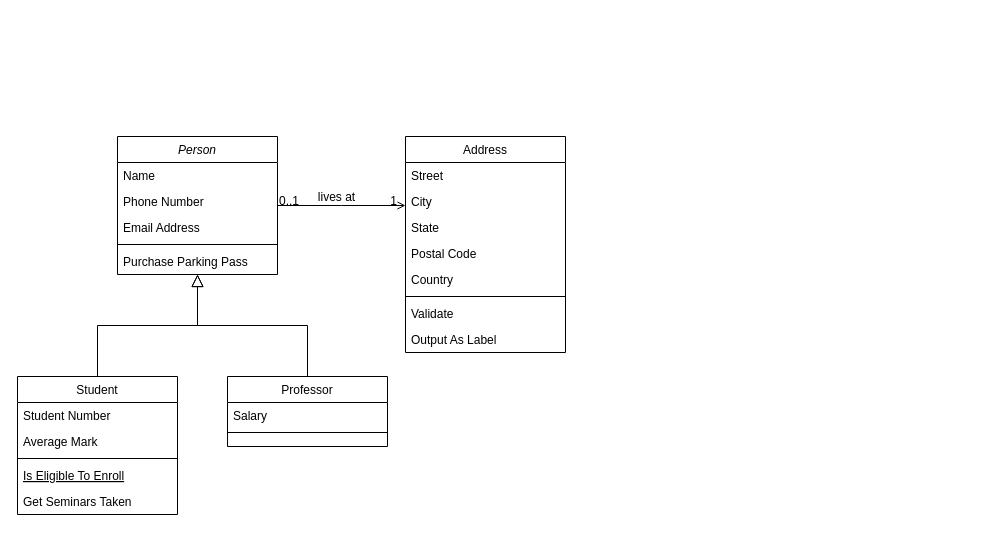
Earlier version of the draw.io diagram Diagrama de clases.drawio (FJavierVC/ReparaRapido_Online). Source tidied: cells renumbered, new cells numbered last; positions are measured from the earlier drawing's top-left corner, leaving out a move shared by most shapes. Both pictures are drawn from the tidied source at 100%, with x=0, y=0 at pixel (17, 136).
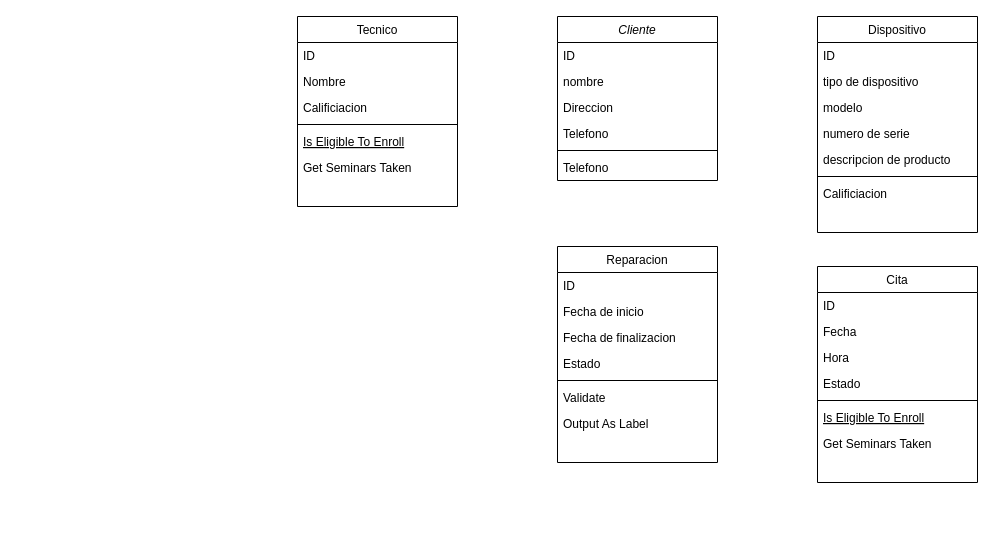
After the change.

The edit, as a diff of the source:
```diff
@@
-    <mxCell id="2" value="Person" style="swimlane;fontStyle=2;align=center;verticalAlign=top;horizontal=1;startSize=26;rounded=0;shadow=0;strokeWidth=1;" parent="1" vertex="1">
-      <mxGeometry x="100" width="160" height="138" as="geometry" />
+    <mxCell id="2" value="Cliente" style="swimlane;fontStyle=2;align=center;verticalAlign=top;horizontal=1;startSize=26;rounded=0;shadow=0;strokeWidth=1;" parent="1" vertex="1">
+      <mxGeometry x="540" y="-120" width="160" height="164" as="geometry" />
     </mxCell>
-    <mxCell id="3" value="Name" style="text;align=left;verticalAlign=top;spacingLeft=4;spacingRight=4;overflow=hidden;" parent="2" vertex="1">
+    <mxCell id="3" value="ID" style="text;align=left;verticalAlign=top;spacingLeft=4;spacingRight=4;overflow=hidden;" parent="2" vertex="1">
       <mxGeometry y="26" width="160" height="26" as="geometry" />
     </mxCell>
-    <mxCell id="4" value="Phone Number" style="text;align=left;verticalAlign=top;spacingLeft=4;spacingRight=4;overflow=hidden;rounded=0;shadow=0;html=0;" parent="2" vertex="1">
+    <mxCell id="4" value="nombre" style="text;align=left;verticalAlign=top;spacingLeft=4;spacingRight=4;overflow=hidden;rounded=0;shadow=0;html=0;" parent="2" vertex="1">
       <mxGeometry y="52" width="160" height="26" as="geometry" />
     </mxCell>
-    <mxCell id="5" value="Email Address" style="text;align=left;verticalAlign=top;spacingLeft=4;spacingRight=4;overflow=hidden;rounded=0;shadow=0;html=0;" parent="2" vertex="1">
+    <mxCell id="5" value="Direccion" style="text;align=left;verticalAlign=top;spacingLeft=4;spacingRight=4;overflow=hidden;rounded=0;shadow=0;html=0;" parent="2" vertex="1">
       <mxGeometry y="78" width="160" height="26" as="geometry" />
     </mxCell>
+    <mxCell id="32" value="Telefono" style="text;align=left;verticalAlign=top;spacingLeft=4;spacingRight=4;overflow=hidden;rounded=0;shadow=0;html=0;" parent="2" vertex="1">
+      <mxGeometry y="104" width="160" height="26" as="geometry" />
+    </mxCell>
     <mxCell id="6" style="line;html=1;strokeWidth=1;align=left;verticalAlign=middle;spacingTop=-1;spacingLeft=3;spacingRight=3;labelPosition=right;" parent="2" vertex="1">
-      <mxGeometry y="104" width="160" height="8" as="geometry" />
+      <mxGeometry y="130" width="160" height="8" as="geometry" />
     </mxCell>
-    <mxCell id="7" value="Purchase Parking Pass" style="text;align=left;verticalAlign=top;spacingLeft=4;spacingRight=4;overflow=hidden;" parent="2" vertex="1">
-      <mxGeometry y="112" width="160" height="26" as="geometry" />
-    </mxCell>
+    <mxCell id="33" value="Telefono" style="text;align=left;verticalAlign=top;spacingLeft=4;spacingRight=4;overflow=hidden;rounded=0;shadow=0;html=0;" parent="2" vertex="1">
+      <mxGeometry y="138" width="160" height="26" as="geometry" />
+    </mxCell>
-    <mxCell id="8" value="Student" style="swimlane;fontStyle=0;align=center;verticalAlign=top;horizontal=1;startSize=26;rounded=0;shadow=0;strokeWidth=1;" parent="1" vertex="1">
-      <mxGeometry y="240" width="160" height="138" as="geometry" />
+    <mxCell id="8" value="Tecnico" style="swimlane;fontStyle=0;align=center;verticalAlign=top;horizontal=1;startSize=26;rounded=0;shadow=0;strokeWidth=1;" parent="1" vertex="1">
+      <mxGeometry x="280" y="-120" width="160" height="190" as="geometry" />
     </mxCell>
-    <mxCell id="9" value="Student Number" style="text;align=left;verticalAlign=top;spacingLeft=4;spacingRight=4;overflow=hidden;" parent="8" vertex="1">
+    <mxCell id="9" value="ID" style="text;align=left;verticalAlign=top;spacingLeft=4;spacingRight=4;overflow=hidden;" parent="8" vertex="1">
       <mxGeometry y="26" width="160" height="26" as="geometry" />
     </mxCell>
-    <mxCell id="10" value="Average Mark" style="text;align=left;verticalAlign=top;spacingLeft=4;spacingRight=4;overflow=hidden;rounded=0;shadow=0;html=0;" parent="8" vertex="1">
+    <mxCell id="10" value="Nombre" style="text;align=left;verticalAlign=top;spacingLeft=4;spacingRight=4;overflow=hidden;rounded=0;shadow=0;html=0;" parent="8" vertex="1">
       <mxGeometry y="52" width="160" height="26" as="geometry" />
     </mxCell>
+    <mxCell id="34" value="Calificiacion" style="text;align=left;verticalAlign=top;spacingLeft=4;spacingRight=4;overflow=hidden;rounded=0;shadow=0;html=0;" parent="8" vertex="1">
+      <mxGeometry y="78" width="160" height="26" as="geometry" />
+    </mxCell>
     <mxCell id="11" style="line;html=1;strokeWidth=1;align=left;verticalAlign=middle;spacingTop=-1;spacingLeft=3;spacingRight=3;labelPosition=right;" parent="8" vertex="1">
-      <mxGeometry y="78" width="160" height="8" as="geometry" />
+      <mxGeometry y="104" width="160" height="8" as="geometry" />
     </mxCell>
     <mxCell id="12" value="Is Eligible To Enroll" style="text;align=left;verticalAlign=top;spacingLeft=4;spacingRight=4;overflow=hidden;fontStyle=4;" parent="8" vertex="1">
-      <mxGeometry y="86" width="160" height="26" as="geometry" />
+      <mxGeometry y="112" width="160" height="26" as="geometry" />
     </mxCell>
     <mxCell id="13" value="Get Seminars Taken" style="text;align=left;verticalAlign=top;spacingLeft=4;spacingRight=4;overflow=hidden;" parent="8" vertex="1">
-      <mxGeometry y="112" width="160" height="26" as="geometry" />
+      <mxGeometry y="138" width="160" height="26" as="geometry" />
     </mxCell>
-    <mxCell id="14" style="endArrow=block;endSize=10;endFill=0;shadow=0;strokeWidth=1;rounded=0;edgeStyle=elbowEdgeStyle;elbow=vertical;" parent="1" edge="1" source="8" target="2">
-      <mxGeometry relative="1" as="geometry" />
-    </mxCell>
-    <mxCell id="15" value="Professor" style="swimlane;fontStyle=0;align=center;verticalAlign=top;horizontal=1;startSize=26;rounded=0;shadow=0;strokeWidth=1;" parent="1" vertex="1">
-      <mxGeometry x="210" y="240" width="160" height="70" as="geometry" />
+    <mxCell id="15" value="Dispositivo" style="swimlane;fontStyle=0;align=center;verticalAlign=top;horizontal=1;startSize=26;rounded=0;shadow=0;strokeWidth=1;" parent="1" vertex="1">
+      <mxGeometry x="800" y="-120" width="160" height="216" as="geometry" />
     </mxCell>
-    <mxCell id="16" value="Salary" style="text;align=left;verticalAlign=top;spacingLeft=4;spacingRight=4;overflow=hidden;" parent="15" vertex="1">
+    <mxCell id="16" value="ID" style="text;align=left;verticalAlign=top;spacingLeft=4;spacingRight=4;overflow=hidden;" parent="15" vertex="1">
       <mxGeometry y="26" width="160" height="26" as="geometry" />
     </mxCell>
+    <mxCell id="35" value="tipo de dispositivo" style="text;align=left;verticalAlign=top;spacingLeft=4;spacingRight=4;overflow=hidden;rounded=0;shadow=0;html=0;" parent="15" vertex="1">
+      <mxGeometry y="52" width="160" height="26" as="geometry" />
+    </mxCell>
+    <mxCell id="36" value="modelo" style="text;align=left;verticalAlign=top;spacingLeft=4;spacingRight=4;overflow=hidden;" parent="15" vertex="1">
+      <mxGeometry y="78" width="160" height="26" as="geometry" />
+    </mxCell>
+    <mxCell id="37" value="numero de serie" style="text;align=left;verticalAlign=top;spacingLeft=4;spacingRight=4;overflow=hidden;rounded=0;shadow=0;html=0;" parent="15" vertex="1">
+      <mxGeometry y="104" width="160" height="26" as="geometry" />
+    </mxCell>
+    <mxCell id="38" value="descripcion de producto" style="text;align=left;verticalAlign=top;spacingLeft=4;spacingRight=4;overflow=hidden;rounded=0;shadow=0;html=0;" parent="15" vertex="1">
+      <mxGeometry y="130" width="160" height="26" as="geometry" />
+    </mxCell>
     <mxCell id="17" style="line;html=1;strokeWidth=1;align=left;verticalAlign=middle;spacingTop=-1;spacingLeft=3;spacingRight=3;labelPosition=right;" parent="15" vertex="1">
-      <mxGeometry y="52" width="160" height="8" as="geometry" />
+      <mxGeometry y="156" width="160" height="8" as="geometry" />
     </mxCell>
-    <mxCell id="18" style="endArrow=block;endSize=10;endFill=0;shadow=0;strokeWidth=1;rounded=0;edgeStyle=elbowEdgeStyle;elbow=vertical;" parent="1" edge="1" source="15" target="2">
-      <mxGeometry relative="1" as="geometry" />
-    </mxCell>
+    <mxCell id="39" value="Calificiacion" style="text;align=left;verticalAlign=top;spacingLeft=4;spacingRight=4;overflow=hidden;rounded=0;shadow=0;html=0;" parent="15" vertex="1">
+      <mxGeometry y="164" width="160" height="26" as="geometry" />
+    </mxCell>
-    <mxCell id="19" value="Address" style="swimlane;fontStyle=0;align=center;verticalAlign=top;horizontal=1;startSize=26;rounded=0;shadow=0;strokeWidth=1;" parent="1" vertex="1">
-      <mxGeometry x="388" width="160" height="216" as="geometry" />
+    <mxCell id="19" value="Reparacion" style="swimlane;fontStyle=0;align=center;verticalAlign=top;horizontal=1;startSize=26;rounded=0;shadow=0;strokeWidth=1;" parent="1" vertex="1">
+      <mxGeometry x="540" y="110" width="160" height="216" as="geometry" />
     </mxCell>
-    <mxCell id="20" value="Street" style="text;align=left;verticalAlign=top;spacingLeft=4;spacingRight=4;overflow=hidden;" parent="19" vertex="1">
+    <mxCell id="20" value="ID" style="text;align=left;verticalAlign=top;spacingLeft=4;spacingRight=4;overflow=hidden;" parent="19" vertex="1">
       <mxGeometry y="26" width="160" height="26" as="geometry" />
     </mxCell>
-    <mxCell id="21" value="City" style="text;align=left;verticalAlign=top;spacingLeft=4;spacingRight=4;overflow=hidden;rounded=0;shadow=0;html=0;" parent="19" vertex="1">
+    <mxCell id="21" value="Fecha de inicio" style="text;align=left;verticalAlign=top;spacingLeft=4;spacingRight=4;overflow=hidden;rounded=0;shadow=0;html=0;" parent="19" vertex="1">
       <mxGeometry y="52" width="160" height="26" as="geometry" />
     </mxCell>
-    <mxCell id="22" value="State" style="text;align=left;verticalAlign=top;spacingLeft=4;spacingRight=4;overflow=hidden;rounded=0;shadow=0;html=0;" parent="19" vertex="1">
+    <mxCell id="22" value="Fecha de finalizacion" style="text;align=left;verticalAlign=top;spacingLeft=4;spacingRight=4;overflow=hidden;rounded=0;shadow=0;html=0;" parent="19" vertex="1">
       <mxGeometry y="78" width="160" height="26" as="geometry" />
     </mxCell>
-    <mxCell id="23" value="Postal Code" style="text;align=left;verticalAlign=top;spacingLeft=4;spacingRight=4;overflow=hidden;rounded=0;shadow=0;html=0;" parent="19" vertex="1">
+    <mxCell id="23" value="Estado" style="text;align=left;verticalAlign=top;spacingLeft=4;spacingRight=4;overflow=hidden;rounded=0;shadow=0;html=0;" parent="19" vertex="1">
       <mxGeometry y="104" width="160" height="26" as="geometry" />
     </mxCell>
-    <mxCell id="24" value="Country" style="text;align=left;verticalAlign=top;spacingLeft=4;spacingRight=4;overflow=hidden;rounded=0;shadow=0;html=0;" parent="19" vertex="1">
-      <mxGeometry y="130" width="160" height="26" as="geometry" />
-    </mxCell>
     <mxCell id="25" style="line;html=1;strokeWidth=1;align=left;verticalAlign=middle;spacingTop=-1;spacingLeft=3;spacingRight=3;labelPosition=right;" parent="19" vertex="1">
-      <mxGeometry y="156" width="160" height="8" as="geometry" />
+      <mxGeometry y="130" width="160" height="8" as="geometry" />
     </mxCell>
     <mxCell id="26" value="Validate" style="text;align=left;verticalAlign=top;spacingLeft=4;spacingRight=4;overflow=hidden;" parent="19" vertex="1">
-      <mxGeometry y="164" width="160" height="26" as="geometry" />
+      <mxGeometry y="138" width="160" height="26" as="geometry" />
     </mxCell>
     <mxCell id="27" value="Output As Label" style="text;align=left;verticalAlign=top;spacingLeft=4;spacingRight=4;overflow=hidden;" parent="19" vertex="1">
-      <mxGeometry y="190" width="160" height="26" as="geometry" />
+      <mxGeometry y="164" width="160" height="26" as="geometry" />
     </mxCell>
-    <mxCell id="28" style="endArrow=open;shadow=0;strokeWidth=1;rounded=0;endFill=1;edgeStyle=elbowEdgeStyle;elbow=vertical;" parent="1" edge="1" source="2" target="19">
-      <mxGeometry x="0.5" y="41" relative="1" as="geometry">
-        <mxPoint x="-40" y="32" as="offset" />
-      </mxGeometry>
-    </mxCell>
-    <mxCell id="29" value="0..1" style="align=left;verticalAlign=bottom;labelBackgroundColor=none;fontSize=12;" parent="28" vertex="1">
-      <mxGeometry x="-1" relative="1" as="geometry">
-        <mxPoint y="4" as="offset" />
-      </mxGeometry>
-    </mxCell>
-    <mxCell id="30" value="1" style="align=right;verticalAlign=bottom;labelBackgroundColor=none;fontSize=12;" parent="28" vertex="1">
-      <mxGeometry x="1" relative="1" as="geometry">
-        <mxPoint x="-7" y="4" as="offset" />
-      </mxGeometry>
-    </mxCell>
-    <mxCell id="31" value="lives at" style="text;html=1;align=center;verticalAlign=middle;labelBackgroundColor=none;rounded=0;shadow=0;strokeWidth=1;fontSize=12;" parent="28" vertex="1">
-      <mxGeometry x="0.5" y="49" relative="1" as="geometry">
-        <mxPoint x="-38" y="40" as="offset" />
-      </mxGeometry>
-    </mxCell>
+    <mxCell id="40" value="Cita" style="swimlane;fontStyle=0;align=center;verticalAlign=top;horizontal=1;startSize=26;rounded=0;shadow=0;strokeWidth=1;" parent="1" vertex="1">
+      <mxGeometry x="800" y="130" width="160" height="216" as="geometry" />
+    </mxCell>
+    <mxCell id="41" value="ID" style="text;align=left;verticalAlign=top;spacingLeft=4;spacingRight=4;overflow=hidden;" parent="40" vertex="1">
+      <mxGeometry y="26" width="160" height="26" as="geometry" />
+    </mxCell>
+    <mxCell id="42" value="Fecha" style="text;align=left;verticalAlign=top;spacingLeft=4;spacingRight=4;overflow=hidden;" parent="40" vertex="1">
+      <mxGeometry y="52" width="160" height="26" as="geometry" />
+    </mxCell>
+    <mxCell id="43" value="Hora" style="text;align=left;verticalAlign=top;spacingLeft=4;spacingRight=4;overflow=hidden;" parent="40" vertex="1">
+      <mxGeometry y="78" width="160" height="26" as="geometry" />
+    </mxCell>
+    <mxCell id="44" value="Estado" style="text;align=left;verticalAlign=top;spacingLeft=4;spacingRight=4;overflow=hidden;rounded=0;shadow=0;html=0;" parent="40" vertex="1">
+      <mxGeometry y="104" width="160" height="26" as="geometry" />
+    </mxCell>
+    <mxCell id="45" style="line;html=1;strokeWidth=1;align=left;verticalAlign=middle;spacingTop=-1;spacingLeft=3;spacingRight=3;labelPosition=right;" parent="40" vertex="1">
+      <mxGeometry y="130" width="160" height="8" as="geometry" />
+    </mxCell>
+    <mxCell id="46" value="Is Eligible To Enroll" style="text;align=left;verticalAlign=top;spacingLeft=4;spacingRight=4;overflow=hidden;fontStyle=4;" parent="40" vertex="1">
+      <mxGeometry y="138" width="160" height="26" as="geometry" />
+    </mxCell>
+    <mxCell id="47" value="Get Seminars Taken" style="text;align=left;verticalAlign=top;spacingLeft=4;spacingRight=4;overflow=hidden;" parent="40" vertex="1">
+      <mxGeometry y="164" width="160" height="26" as="geometry" />
+    </mxCell>
```
